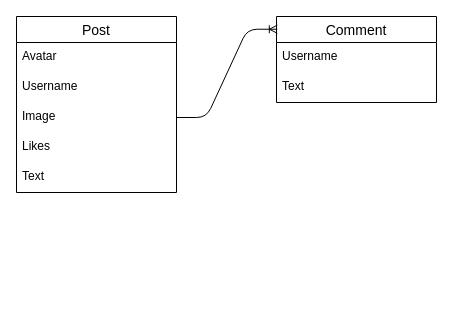
Before: erd.drawio in jennifergoldberg/Pokegram, a draw.io diagram. Source tidied: cells renumbered, new cells numbered last; positions are measured from the earlier drawing's top-left corner, leaving out a move shared by most shapes. Both pictures are drawn from the tidied source at 100%, with x=0, y=0 at pixel (16, 16).
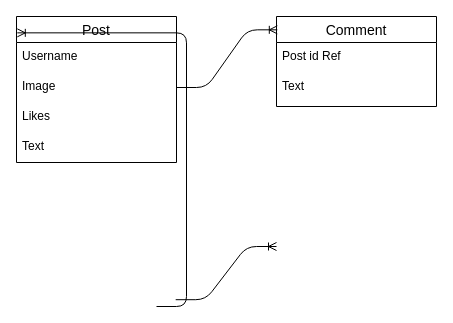
Above is the later version.

Diff of the diagram source:
```diff
@@
 <mxGraphModel>
   <root>
     <mxCell id="0" />
     <mxCell id="1" parent="0" />
     <mxCell id="2" value="Post" style="swimlane;fontStyle=0;horizontal=1;startSize=26;align=center;fontSize=14;" parent="1" vertex="1">
-      <mxGeometry width="160" height="176" as="geometry" />
+      <mxGeometry width="160" height="146" as="geometry" />
     </mxCell>
-    <mxCell id="3" value="Avatar" style="text;strokeColor=none;fillColor=none;spacingLeft=4;spacingRight=4;overflow=hidden;fontSize=12;" parent="2" vertex="1">
-      <mxGeometry y="26" width="160" height="30" as="geometry" />
-    </mxCell>
     <mxCell id="4" value="Username" style="text;strokeColor=none;fillColor=none;spacingLeft=4;spacingRight=4;overflow=hidden;fontSize=12;" parent="2" vertex="1">
-      <mxGeometry y="56" width="160" height="30" as="geometry" />
+      <mxGeometry y="26" width="160" height="30" as="geometry" />
     </mxCell>
     <mxCell id="5" value="Image" style="text;strokeColor=none;fillColor=none;spacingLeft=4;spacingRight=4;overflow=hidden;points=[[0,0.5],[1,0.5]];portConstraint=eastwest;fontSize=12;" parent="2" vertex="1">
-      <mxGeometry y="86" width="160" height="30" as="geometry" />
+      <mxGeometry y="56" width="160" height="30" as="geometry" />
     </mxCell>
     <mxCell id="6" value="Likes" style="text;strokeColor=none;fillColor=none;spacingLeft=4;spacingRight=4;overflow=hidden;fontSize=12;" parent="2" vertex="1">
-      <mxGeometry y="116" width="160" height="30" as="geometry" />
+      <mxGeometry y="86" width="160" height="30" as="geometry" />
     </mxCell>
     <mxCell id="7" value="Text" style="text;strokeColor=none;fillColor=none;spacingLeft=4;spacingRight=4;overflow=hidden;fontSize=12;" parent="2" vertex="1">
-      <mxGeometry y="146" width="160" height="30" as="geometry" />
+      <mxGeometry y="116" width="160" height="30" as="geometry" />
     </mxCell>
     <mxCell id="8" value="Comment" style="swimlane;fontStyle=0;horizontal=1;startSize=26;align=center;fontSize=14;" parent="1" vertex="1">
-      <mxGeometry x="260" width="160" height="86" as="geometry" />
+      <mxGeometry x="260" width="160" height="90" as="geometry" />
     </mxCell>
-    <mxCell id="9" value="Username" style="text;strokeColor=none;fillColor=none;spacingLeft=4;spacingRight=4;overflow=hidden;fontSize=12;" parent="8" vertex="1">
+    <mxCell id="9" value="Post id Ref" style="text;strokeColor=none;fillColor=none;spacingLeft=4;spacingRight=4;overflow=hidden;fontSize=12;" parent="8" vertex="1">
       <mxGeometry y="26" width="160" height="30" as="geometry" />
     </mxCell>
     <mxCell id="10" value="Text" style="text;strokeColor=none;fillColor=none;spacingLeft=4;spacingRight=4;overflow=hidden;fontSize=12;" parent="8" vertex="1">
-      <mxGeometry y="56" width="160" height="30" as="geometry" />
+      <mxGeometry y="56" width="160" height="34" as="geometry" />
     </mxCell>
     <mxCell id="11" style="edgeStyle=entityRelationEdgeStyle;fontSize=12;html=1;endArrow=ERoneToMany;entryX=0.005;entryY=0.148;entryDx=0;entryDy=0;entryPerimeter=0;" parent="1" edge="1" source="5" target="8">
       <mxGeometry relative="1" as="geometry" />
     </mxCell>
+    <mxCell id="12" style="edgeStyle=entityRelationEdgeStyle;fontSize=12;html=1;endArrow=ERoneToMany;entryX=0;entryY=0.5;entryDx=0;entryDy=0;" parent="1" edge="1">
+      <mxGeometry relative="1" as="geometry">
+        <mxPoint x="159.2" y="283.2" as="sourcePoint" />
+        <mxPoint x="260" y="230" as="targetPoint" />
+      </mxGeometry>
+    </mxCell>
+    <mxCell id="13" style="edgeStyle=entityRelationEdgeStyle;fontSize=12;html=1;endArrow=ERoneToMany;exitX=-0.014;exitY=0.078;exitDx=0;exitDy=0;exitPerimeter=0;entryX=0.005;entryY=0.112;entryDx=0;entryDy=0;entryPerimeter=0;" parent="1" edge="1" target="2">
+      <mxGeometry relative="1" as="geometry">
+        <mxPoint x="140" y="290" as="sourcePoint" />
+      </mxGeometry>
+    </mxCell>
   </root>
 </mxGraphModel>
```
